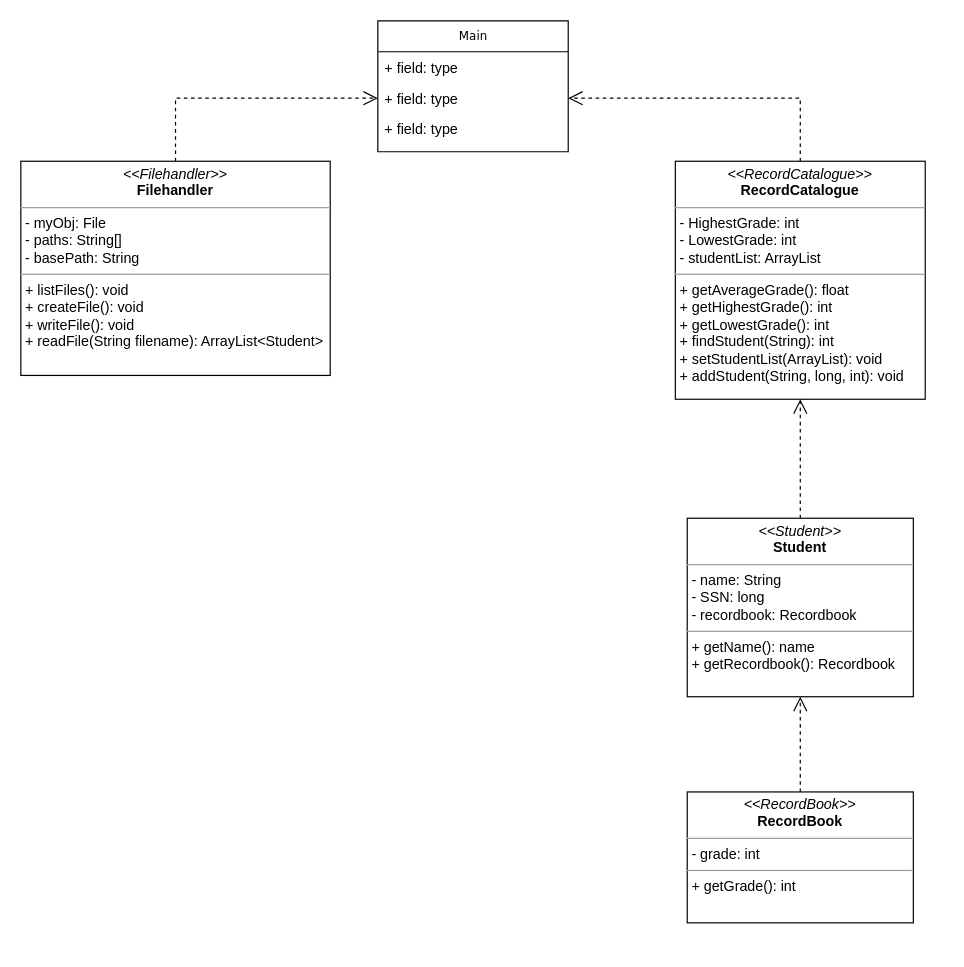
This is _documentation/gradebook.drawio from tallner/grit-java-ass1, a draw.io file, before an edit. Source tidied: cells renumbered, new cells numbered last; positions are measured from the earlier drawing's top-left corner, leaving out a move shared by most shapes. Both pictures are drawn from the tidied source at 119%, with x=0, y=0 at pixel (20, 20).
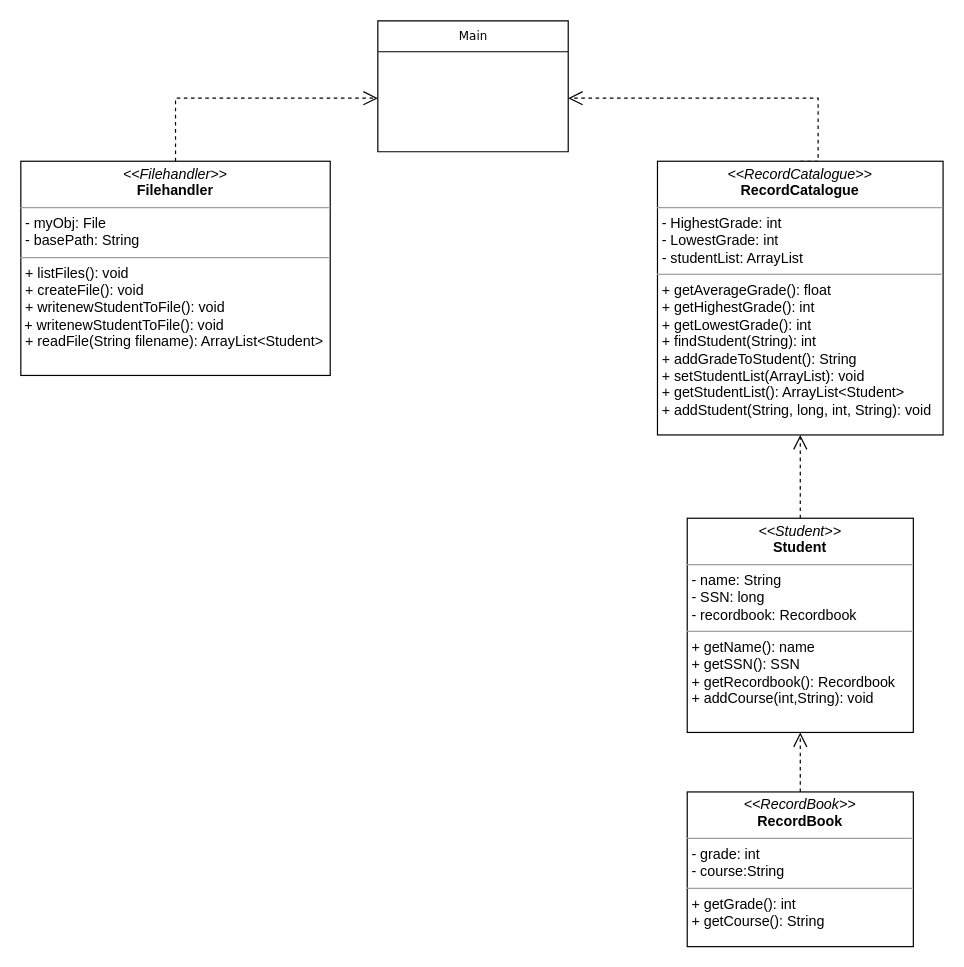
The same diagram, later.

Diff of the diagram source:
```diff
@@
 <mxGraphModel>
   <root>
     <mxCell id="0" />
     <mxCell id="1" parent="0" />
     <mxCell id="2" value="Main" style="swimlane;html=1;fontStyle=0;horizontal=1;startSize=26;fillColor=none;swimlaneFillColor=#ffffff;rounded=0;shadow=0;comic=0;labelBackgroundColor=none;strokeWidth=1;fontFamily=Verdana;fontSize=10;align=center;" parent="1" vertex="1">
       <mxGeometry x="300" width="160" height="110" as="geometry" />
     </mxCell>
-    <mxCell id="3" value="+ field: type" style="text;html=1;strokeColor=none;fillColor=none;align=left;verticalAlign=top;spacingLeft=4;spacingRight=4;whiteSpace=wrap;overflow=hidden;" parent="2" vertex="1">
-      <mxGeometry y="26" width="160" height="26" as="geometry" />
-    </mxCell>
-    <mxCell id="4" value="+ field: type" style="text;html=1;strokeColor=none;fillColor=none;align=left;verticalAlign=top;spacingLeft=4;spacingRight=4;whiteSpace=wrap;overflow=hidden;points=[[0,0.5],[1,0.5]];portConstraint=eastwest;" parent="2" vertex="1">
-      <mxGeometry y="52" width="160" height="26" as="geometry" />
-    </mxCell>
-    <mxCell id="5" value="+ field: type" style="text;html=1;strokeColor=none;fillColor=none;align=left;verticalAlign=top;spacingLeft=4;spacingRight=4;whiteSpace=wrap;overflow=hidden;" parent="2" vertex="1">
-      <mxGeometry y="78" width="160" height="26" as="geometry" />
-    </mxCell>
-    <mxCell id="6" value="&lt;p style=&quot;margin: 0px ; margin-top: 4px ; text-align: center&quot;&gt;&lt;i&gt;&amp;lt;&amp;lt;RecordBook&amp;gt;&amp;gt;&lt;/i&gt;&lt;br&gt;&lt;b&gt;RecordBook&lt;/b&gt;&lt;/p&gt;&lt;hr size=&quot;1&quot;&gt;&lt;p style=&quot;margin: 0px ; margin-left: 4px&quot;&gt;- grade: int&lt;br&gt;&lt;/p&gt;&lt;hr size=&quot;1&quot;&gt;&lt;p style=&quot;margin: 0px ; margin-left: 4px&quot;&gt;+ getGrade(): int&lt;br&gt;&lt;br&gt;&lt;/p&gt;" style="verticalAlign=top;align=left;overflow=fill;fontSize=12;fontFamily=Helvetica;html=1;rounded=0;shadow=0;comic=0;labelBackgroundColor=none;strokeWidth=1;" parent="1" vertex="1">
-      <mxGeometry x="560" y="648" width="190" height="110" as="geometry" />
+    <mxCell id="6" value="&lt;p style=&quot;margin: 0px ; margin-top: 4px ; text-align: center&quot;&gt;&lt;i&gt;&amp;lt;&amp;lt;RecordBook&amp;gt;&amp;gt;&lt;/i&gt;&lt;br&gt;&lt;b&gt;RecordBook&lt;/b&gt;&lt;/p&gt;&lt;hr size=&quot;1&quot;&gt;&lt;p style=&quot;margin: 0px ; margin-left: 4px&quot;&gt;- grade: int&lt;br&gt;&lt;/p&gt;&lt;p style=&quot;margin: 0px ; margin-left: 4px&quot;&gt;- course:String&lt;/p&gt;&lt;hr size=&quot;1&quot;&gt;&lt;p style=&quot;margin: 0px ; margin-left: 4px&quot;&gt;+ getGrade(): int&lt;br&gt;+ getCourse(): String&lt;/p&gt;" style="verticalAlign=top;align=left;overflow=fill;fontSize=12;fontFamily=Helvetica;html=1;rounded=0;shadow=0;comic=0;labelBackgroundColor=none;strokeWidth=1;" parent="1" vertex="1">
+      <mxGeometry x="560" y="648" width="190" height="130" as="geometry" />
     </mxCell>
-    <mxCell id="7" style="edgeStyle=orthogonalEdgeStyle;rounded=0;html=1;labelBackgroundColor=none;startFill=0;endArrow=open;endFill=0;endSize=10;fontFamily=Verdana;fontSize=10;dashed=1;entryX=0;entryY=0.5;entryDx=0;entryDy=0;" parent="1" edge="1" source="8" target="4">
-      <mxGeometry relative="1" as="geometry" />
+    <mxCell id="7" style="edgeStyle=orthogonalEdgeStyle;rounded=0;html=1;labelBackgroundColor=none;startFill=0;endArrow=open;endFill=0;endSize=10;fontFamily=Verdana;fontSize=10;dashed=1;exitX=0.5;exitY=0;exitDx=0;exitDy=0;" parent="1" edge="1" source="8">
+      <mxGeometry relative="1" as="geometry">
+        <mxPoint x="300" y="65" as="targetPoint" />
+        <Array as="points">
+          <mxPoint x="130" y="65" />
+        </Array>
+      </mxGeometry>
     </mxCell>
-    <mxCell id="8" value="&lt;p style=&quot;margin: 0px ; margin-top: 4px ; text-align: center&quot;&gt;&lt;i&gt;&amp;lt;&amp;lt;Filehandler&amp;gt;&amp;gt;&lt;/i&gt;&lt;br&gt;&lt;b&gt;Filehandler&lt;/b&gt;&lt;/p&gt;&lt;hr size=&quot;1&quot;&gt;&lt;p style=&quot;margin: 0px ; margin-left: 4px&quot;&gt;- myObj: File&lt;br&gt;- paths: String[]&lt;/p&gt;&lt;p style=&quot;margin: 0px ; margin-left: 4px&quot;&gt;- basePath: String&lt;/p&gt;&lt;hr size=&quot;1&quot;&gt;&lt;p style=&quot;margin: 0px ; margin-left: 4px&quot;&gt;+ listFiles(): void&lt;br&gt;+ createFile(): void&lt;/p&gt;&lt;p style=&quot;margin: 0px ; margin-left: 4px&quot;&gt;+ writeFile(): void&lt;/p&gt;&lt;p style=&quot;margin: 0px ; margin-left: 4px&quot;&gt;+ readFile(String filename): ArrayList&amp;lt;Student&amp;gt;&lt;/p&gt;" style="verticalAlign=top;align=left;overflow=fill;fontSize=12;fontFamily=Helvetica;html=1;rounded=0;shadow=0;comic=0;labelBackgroundColor=none;strokeWidth=1;" parent="1" vertex="1">
+    <mxCell id="8" value="&lt;p style=&quot;margin: 0px ; margin-top: 4px ; text-align: center&quot;&gt;&lt;i&gt;&amp;lt;&amp;lt;Filehandler&amp;gt;&amp;gt;&lt;/i&gt;&lt;br&gt;&lt;b&gt;Filehandler&lt;/b&gt;&lt;/p&gt;&lt;hr size=&quot;1&quot;&gt;&lt;p style=&quot;margin: 0px ; margin-left: 4px&quot;&gt;- myObj: File&lt;/p&gt;&lt;p style=&quot;margin: 0px ; margin-left: 4px&quot;&gt;&lt;span&gt;- basePath: String&lt;/span&gt;&lt;br&gt;&lt;/p&gt;&lt;hr size=&quot;1&quot;&gt;&lt;p style=&quot;margin: 0px ; margin-left: 4px&quot;&gt;+ listFiles(): void&lt;br&gt;+ createFile(): void&lt;/p&gt;&lt;p style=&quot;margin: 0px ; margin-left: 4px&quot;&gt;+ writenewStudentToFile(): void&lt;/p&gt;&lt;p style=&quot;margin: 0px ; margin-left: 4px&quot;&gt;&lt;/p&gt;&amp;nbsp;+ writenewStudentToFile(): void&lt;p style=&quot;margin: 0px ; margin-left: 4px&quot;&gt;+ readFile(String filename): ArrayList&amp;lt;Student&amp;gt;&lt;/p&gt;" style="verticalAlign=top;align=left;overflow=fill;fontSize=12;fontFamily=Helvetica;html=1;rounded=0;shadow=0;comic=0;labelBackgroundColor=none;strokeWidth=1;" parent="1" vertex="1">
       <mxGeometry y="118" width="260" height="180" as="geometry" />
     </mxCell>
     <mxCell id="9" style="edgeStyle=orthogonalEdgeStyle;rounded=0;html=1;dashed=1;labelBackgroundColor=none;startFill=0;endArrow=open;endFill=0;endSize=10;fontFamily=Verdana;fontSize=10;entryX=0.5;entryY=1;entryDx=0;entryDy=0;" parent="1" edge="1" source="10" target="12">
       <mxGeometry relative="1" as="geometry" />
     </mxCell>
-    <mxCell id="10" value="&lt;p style=&quot;margin: 0px ; margin-top: 4px ; text-align: center&quot;&gt;&lt;i&gt;&amp;lt;&amp;lt;Student&amp;gt;&amp;gt;&lt;/i&gt;&lt;br&gt;&lt;b&gt;Student&lt;/b&gt;&lt;/p&gt;&lt;hr size=&quot;1&quot;&gt;&lt;p style=&quot;margin: 0px ; margin-left: 4px&quot;&gt;- name: String&lt;br&gt;- SSN: long&lt;/p&gt;&lt;p style=&quot;margin: 0px ; margin-left: 4px&quot;&gt;- recordbook: Recordbook&lt;/p&gt;&lt;hr size=&quot;1&quot;&gt;&lt;p style=&quot;margin: 0px ; margin-left: 4px&quot;&gt;+ getName(): name&lt;br&gt;+ getRecordbook(): Recordbook&lt;/p&gt;" style="verticalAlign=top;align=left;overflow=fill;fontSize=12;fontFamily=Helvetica;html=1;rounded=0;shadow=0;comic=0;labelBackgroundColor=none;strokeWidth=1;" parent="1" vertex="1">
-      <mxGeometry x="560" y="418" width="190" height="150" as="geometry" />
+    <mxCell id="10" value="&lt;p style=&quot;margin: 0px ; margin-top: 4px ; text-align: center&quot;&gt;&lt;i&gt;&amp;lt;&amp;lt;Student&amp;gt;&amp;gt;&lt;/i&gt;&lt;br&gt;&lt;b&gt;Student&lt;/b&gt;&lt;/p&gt;&lt;hr size=&quot;1&quot;&gt;&lt;p style=&quot;margin: 0px ; margin-left: 4px&quot;&gt;- name: String&lt;br&gt;- SSN: long&lt;/p&gt;&lt;p style=&quot;margin: 0px ; margin-left: 4px&quot;&gt;- recordbook: Recordbook&lt;/p&gt;&lt;hr size=&quot;1&quot;&gt;&lt;p style=&quot;margin: 0px ; margin-left: 4px&quot;&gt;+ getName(): name&lt;/p&gt;&lt;p style=&quot;margin: 0px ; margin-left: 4px&quot;&gt;+ getSSN(): SSN&lt;br&gt;+ getRecordbook(): Recordbook&lt;/p&gt;&lt;p style=&quot;margin: 0px ; margin-left: 4px&quot;&gt;+ addCourse(int,String): void&lt;/p&gt;" style="verticalAlign=top;align=left;overflow=fill;fontSize=12;fontFamily=Helvetica;html=1;rounded=0;shadow=0;comic=0;labelBackgroundColor=none;strokeWidth=1;" parent="1" vertex="1">
+      <mxGeometry x="560" y="418" width="190" height="180" as="geometry" />
     </mxCell>
-    <mxCell id="11" style="edgeStyle=orthogonalEdgeStyle;rounded=0;html=1;dashed=1;labelBackgroundColor=none;startFill=0;endArrow=open;endFill=0;endSize=10;fontFamily=Verdana;fontSize=10;entryX=1;entryY=0.5;entryDx=0;entryDy=0;exitX=0.5;exitY=0;exitDx=0;exitDy=0;" parent="1" edge="1" source="12" target="4">
-      <mxGeometry relative="1" as="geometry" />
+    <mxCell id="11" style="edgeStyle=orthogonalEdgeStyle;rounded=0;html=1;dashed=1;labelBackgroundColor=none;startFill=0;endArrow=open;endFill=0;endSize=10;fontFamily=Verdana;fontSize=10;entryX=1;entryY=0.5;entryDx=0;entryDy=0;exitX=0.5;exitY=0;exitDx=0;exitDy=0;" parent="1" edge="1" source="12">
+      <mxGeometry relative="1" as="geometry">
+        <mxPoint x="460" y="65" as="targetPoint" />
+        <Array as="points">
+          <mxPoint x="670" y="65" />
+        </Array>
+      </mxGeometry>
     </mxCell>
+    <mxCell id="14" style="edgeStyle=orthogonalEdgeStyle;rounded=0;jettySize=auto;html=1;exitX=0.5;exitY=1;exitDx=0;exitDy=0;" parent="1" edge="1" source="12">
+      <mxGeometry relative="1" as="geometry">
+        <mxPoint x="655" y="348" as="targetPoint" />
+      </mxGeometry>
+    </mxCell>
-    <mxCell id="12" value="&lt;p style=&quot;margin: 0px ; margin-top: 4px ; text-align: center&quot;&gt;&lt;i&gt;&amp;lt;&amp;lt;RecordCatalogue&amp;gt;&amp;gt;&lt;/i&gt;&lt;br&gt;&lt;b&gt;RecordCatalogue&lt;/b&gt;&lt;/p&gt;&lt;hr size=&quot;1&quot;&gt;&lt;p style=&quot;margin: 0px ; margin-left: 4px&quot;&gt;- HighestGrade: int&lt;/p&gt;&lt;p style=&quot;margin: 0px ; margin-left: 4px&quot;&gt;- LowestGrade: int&lt;br&gt;&lt;/p&gt;&lt;p style=&quot;margin: 0px ; margin-left: 4px&quot;&gt;- studentList: ArrayList&lt;/p&gt;&lt;hr size=&quot;1&quot;&gt;&lt;p style=&quot;margin: 0px ; margin-left: 4px&quot;&gt;+ getAverageGrade(): float&lt;/p&gt;&lt;p style=&quot;margin: 0px ; margin-left: 4px&quot;&gt;+ getHighestGrade(): int&lt;/p&gt;&lt;p style=&quot;margin: 0px ; margin-left: 4px&quot;&gt;+ getLowestGrade(): int&lt;/p&gt;&lt;p style=&quot;margin: 0px ; margin-left: 4px&quot;&gt;+ findStudent(String): int&lt;/p&gt;&lt;p style=&quot;margin: 0px ; margin-left: 4px&quot;&gt;+ setStudentList(ArrayList): void&lt;/p&gt;&lt;p style=&quot;margin: 0px ; margin-left: 4px&quot;&gt;+ addStudent(String, long, int): void&lt;/p&gt;" style="verticalAlign=top;align=left;overflow=fill;fontSize=12;fontFamily=Helvetica;html=1;rounded=0;shadow=0;comic=0;labelBackgroundColor=none;strokeWidth=1;" parent="1" vertex="1">
-      <mxGeometry x="550" y="118" width="210" height="200" as="geometry" />
+    <mxCell id="12" value="&lt;p style=&quot;margin: 0px ; margin-top: 4px ; text-align: center&quot;&gt;&lt;i&gt;&amp;lt;&amp;lt;RecordCatalogue&amp;gt;&amp;gt;&lt;/i&gt;&lt;br&gt;&lt;b&gt;RecordCatalogue&lt;/b&gt;&lt;/p&gt;&lt;hr size=&quot;1&quot;&gt;&lt;p style=&quot;margin: 0px ; margin-left: 4px&quot;&gt;- HighestGrade: int&lt;/p&gt;&lt;p style=&quot;margin: 0px ; margin-left: 4px&quot;&gt;- LowestGrade: int&lt;br&gt;&lt;/p&gt;&lt;p style=&quot;margin: 0px ; margin-left: 4px&quot;&gt;- studentList: ArrayList&lt;/p&gt;&lt;hr size=&quot;1&quot;&gt;&lt;p style=&quot;margin: 0px ; margin-left: 4px&quot;&gt;+ getAverageGrade(): float&lt;/p&gt;&lt;p style=&quot;margin: 0px ; margin-left: 4px&quot;&gt;+ getHighestGrade(): int&lt;/p&gt;&lt;p style=&quot;margin: 0px ; margin-left: 4px&quot;&gt;+ getLowestGrade(): int&lt;/p&gt;&lt;p style=&quot;margin: 0px ; margin-left: 4px&quot;&gt;+ findStudent(String): int&lt;/p&gt;&lt;p style=&quot;margin: 0px ; margin-left: 4px&quot;&gt;+ addGradeToStudent(): String&lt;/p&gt;&lt;p style=&quot;margin: 0px ; margin-left: 4px&quot;&gt;+ setStudentList(ArrayList): void&lt;/p&gt;&lt;p style=&quot;margin: 0px ; margin-left: 4px&quot;&gt;+ getStudentList(): ArrayList&amp;lt;Student&amp;gt;&lt;/p&gt;&lt;p style=&quot;margin: 0px ; margin-left: 4px&quot;&gt;+ addStudent(String, long, int, String): void&lt;/p&gt;" style="verticalAlign=top;align=left;overflow=fill;fontSize=12;fontFamily=Helvetica;html=1;rounded=0;shadow=0;comic=0;labelBackgroundColor=none;strokeWidth=1;" parent="1" vertex="1">
+      <mxGeometry x="535" y="118" width="240" height="230" as="geometry" />
     </mxCell>
     <mxCell id="13" style="edgeStyle=orthogonalEdgeStyle;rounded=0;html=1;dashed=1;labelBackgroundColor=none;startFill=0;endArrow=open;endFill=0;endSize=10;fontFamily=Verdana;fontSize=10;entryX=0.5;entryY=1;entryDx=0;entryDy=0;exitX=0.5;exitY=0;exitDx=0;exitDy=0;" parent="1" edge="1" source="6" target="10">
       <mxGeometry relative="1" as="geometry" />
     </mxCell>
   </root>
 </mxGraphModel>
```
